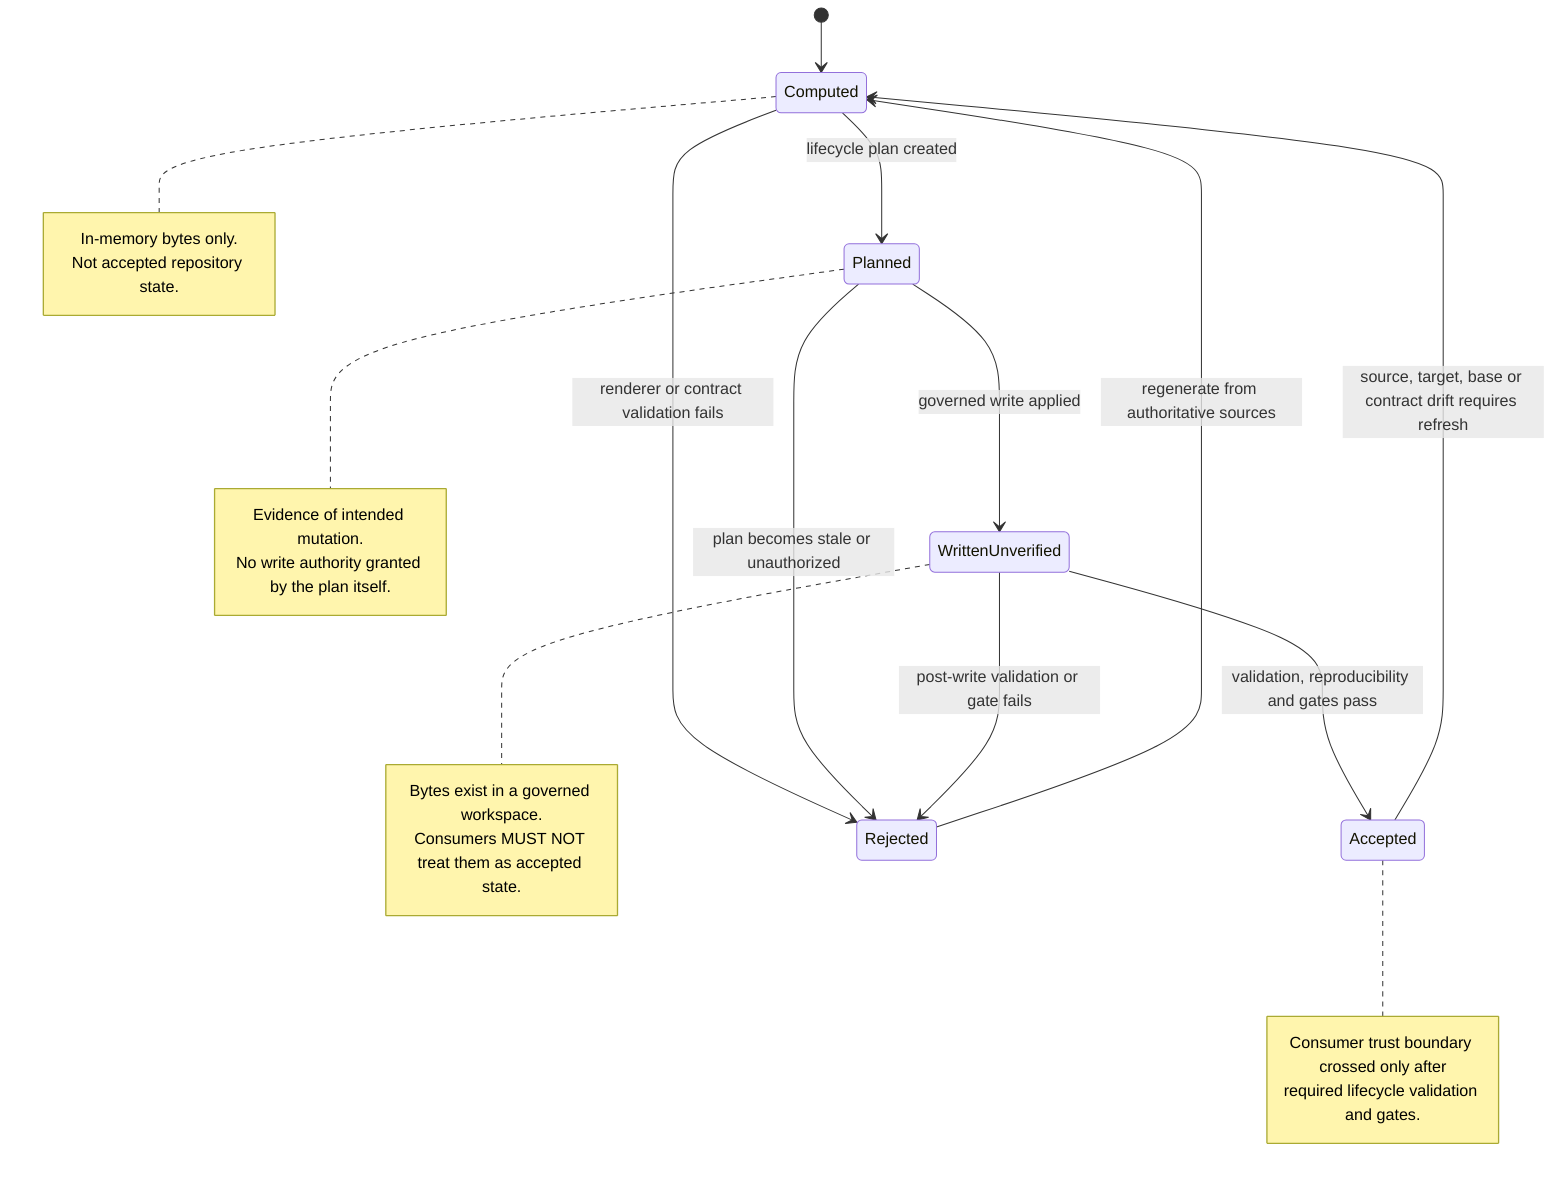
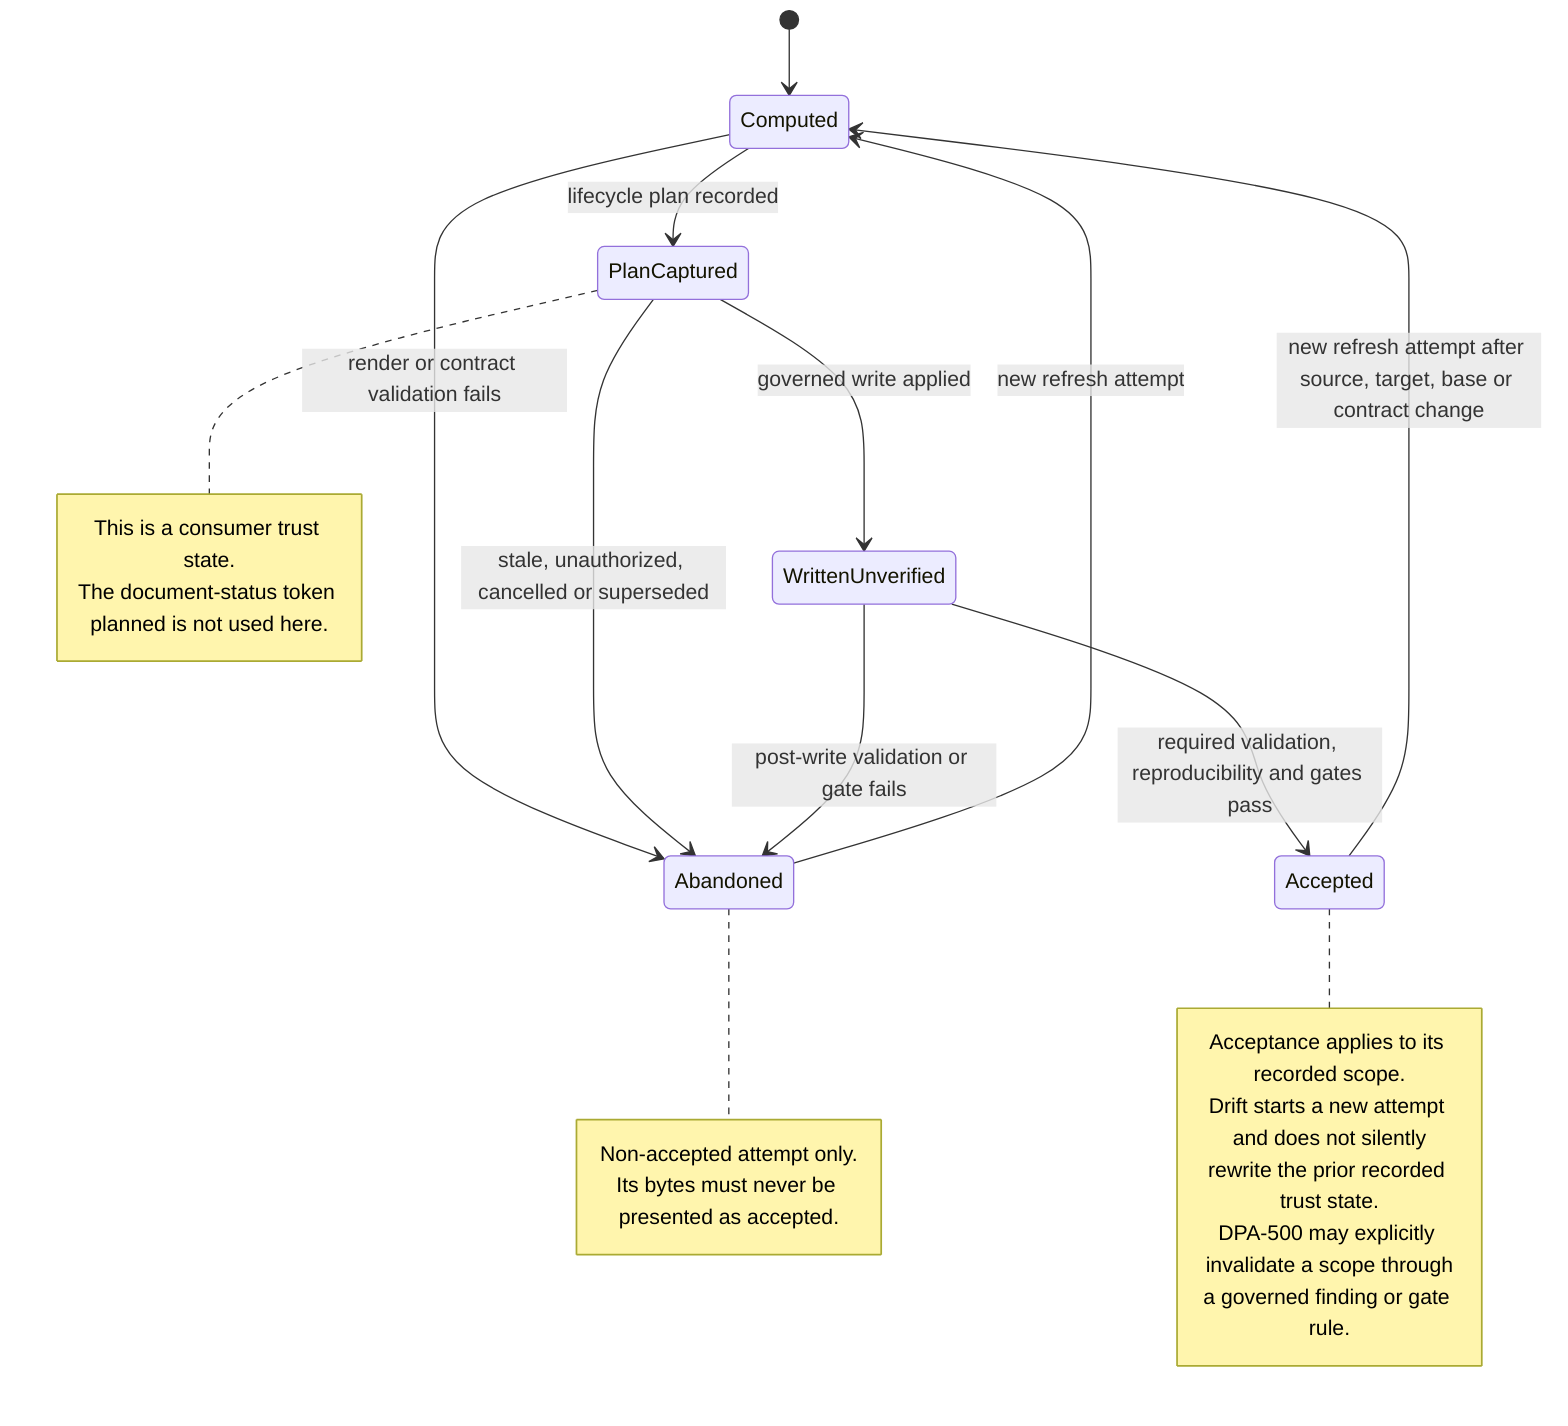
stateDiagram-v2
  [*] --> Computed
-   Computed --> Planned: lifecycle plan created
-   Planned --> WrittenUnverified: governed write applied
-   WrittenUnverified --> Accepted: validation, reproducibility and gates pass
+   Computed --> PlanCaptured: lifecycle plan recorded
+   PlanCaptured --> WrittenUnverified: governed write applied
+   WrittenUnverified --> Accepted: required validation, reproducibility and gates pass

-   Computed --> Rejected: renderer or contract validation fails
-   Planned --> Rejected: plan becomes stale or unauthorized
-   WrittenUnverified --> Rejected: post-write validation or gate fails
+   Computed --> Abandoned: render or contract validation fails
+   PlanCaptured --> Abandoned: stale, unauthorized, cancelled or superseded
+   WrittenUnverified --> Abandoned: post-write validation or gate fails

-   Rejected --> Computed: regenerate from authoritative sources
-   Accepted --> Computed: source, target, base or contract drift requires refresh
+   Abandoned --> Computed: new refresh attempt
+   Accepted --> Computed: new refresh attempt after source, target, base or contract change

-   note right of Computed
-     In-memory bytes only.
-     Not accepted repository state.
+   note right of Accepted
+     Acceptance applies to its recorded scope.
+     Drift starts a new attempt and does not silently
+     rewrite the prior recorded trust state.
+     DPA-500 may explicitly invalidate a scope through
+     a governed finding or gate rule.
  end note

-   note right of Planned
-     Evidence of intended mutation.
-     No write authority granted by the plan itself.
+   note right of PlanCaptured
+     This is a consumer trust state.
+     The document-status token planned is not used here.
  end note

-   note right of WrittenUnverified
-     Bytes exist in a governed workspace.
-     Consumers MUST NOT treat them as accepted state.
+   note right of Abandoned
+     Non-accepted attempt only.
+     Its bytes must never be presented as accepted.
  end note
- 
-   note right of Accepted
-     Consumer trust boundary crossed only after
-     required lifecycle validation and gates.
-   end note
